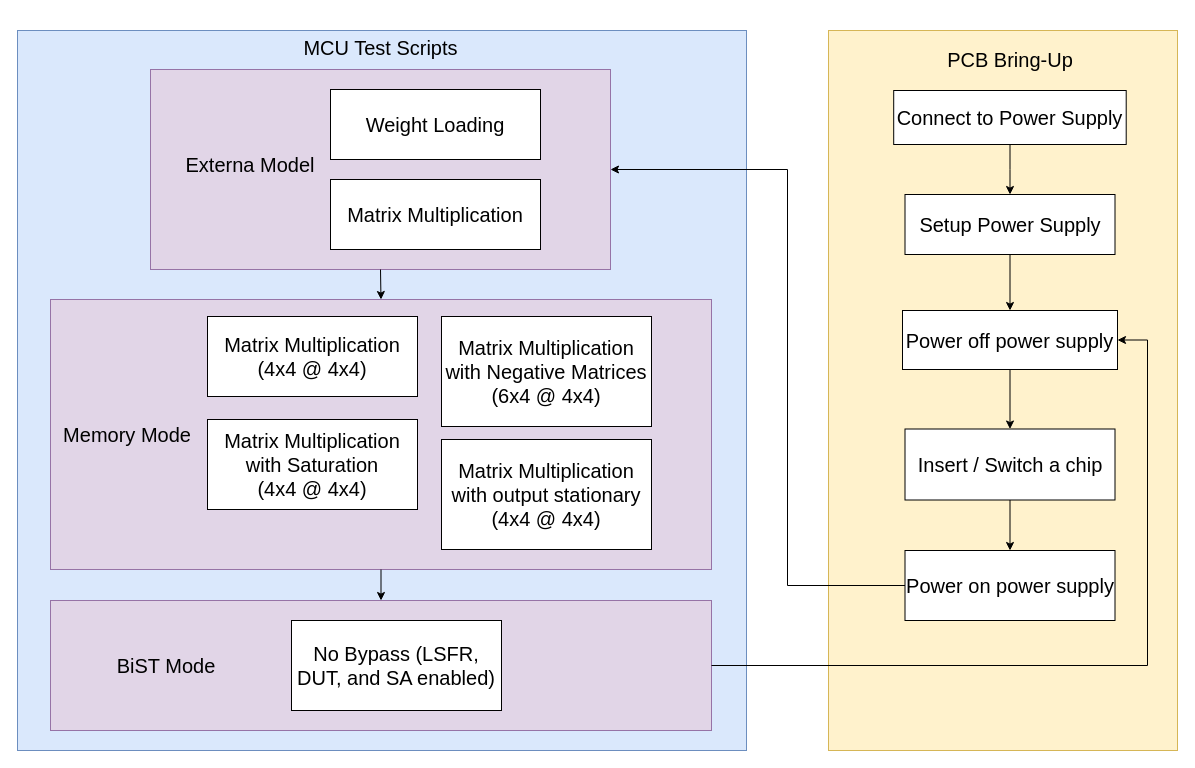
Above: page "Functional Test Framework" (1 of 3) of lecture/images/presentation_diagrams.drawio in 1102131860/Validation_Chip_Characteristics (draw.io), before the change. Source tidied: cells renumbered, new cells numbered last; positions are measured from the earlier drawing's top-left corner, leaving out a move shared by most shapes. Both pictures are drawn from the tidied source at 100%, with x=0, y=0 at pixel (17, 17).
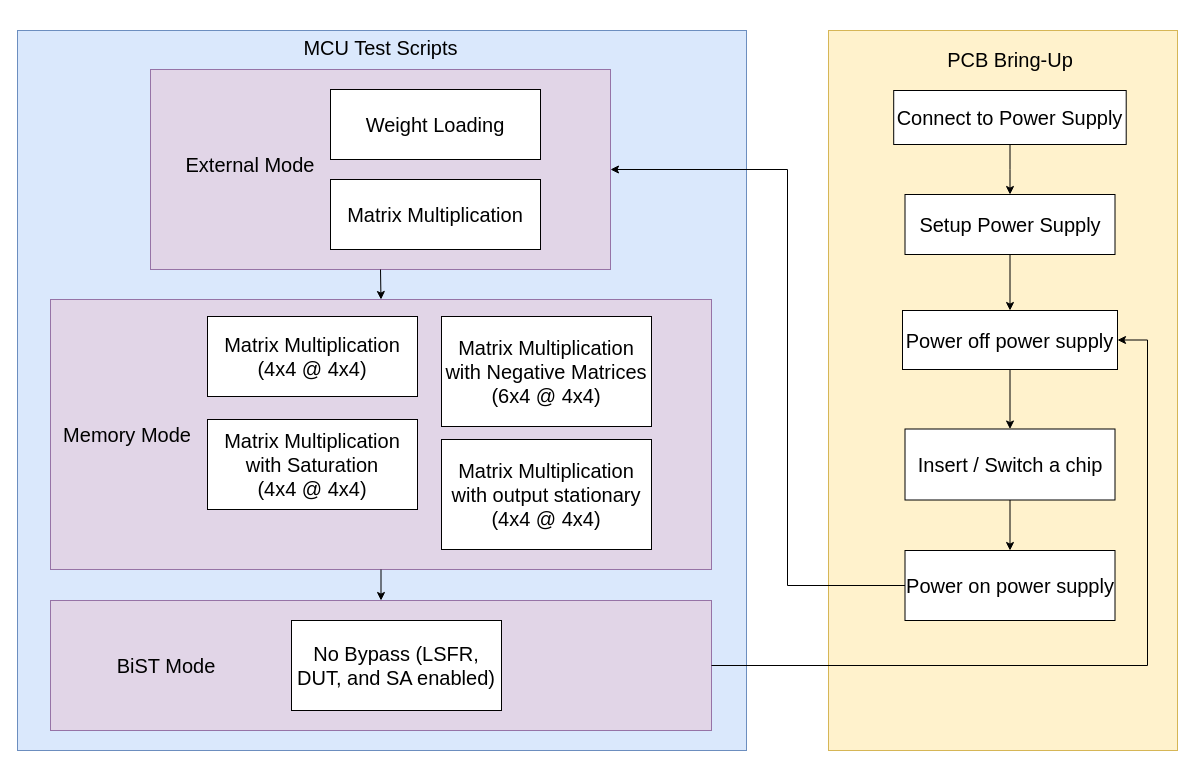
The same diagram, later.

What changed in the source:
```diff
@@
-    <mxCell id="14" value="&lt;font&gt;Externa Model&lt;/font&gt;" style="text;html=1;whiteSpace=wrap;strokeColor=none;fillColor=none;align=center;verticalAlign=middle;rounded=0;fontSize=20;" parent="1" vertex="1">
+    <mxCell id="14" value="&lt;font&gt;External Mode&lt;/font&gt;" style="text;html=1;whiteSpace=wrap;strokeColor=none;fillColor=none;align=center;verticalAlign=middle;rounded=0;fontSize=20;" parent="1" vertex="1">
       <mxGeometry x="163" y="132" width="140" height="30" as="geometry" />
     </mxCell>
```
